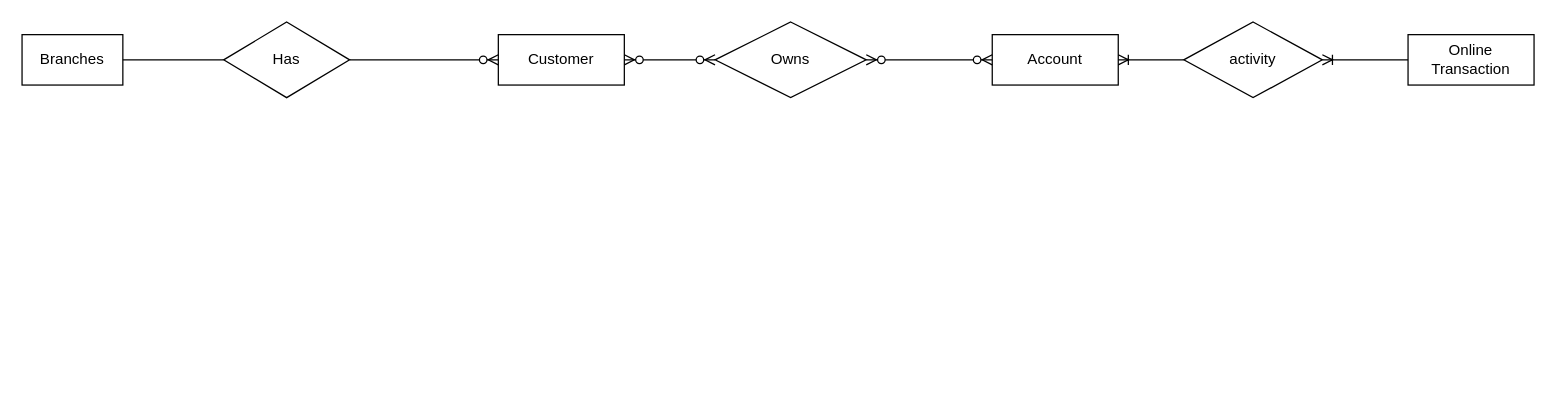
Earlier version of the draw.io diagram Untitled Diagram.drawio (ADmex1/Design-Structure). Source tidied: cells renumbered, new cells numbered last; positions are measured from the earlier drawing's top-left corner, leaving out a move shared by most shapes. Both pictures are drawn from the tidied source at 126%, with x=0, y=0 at pixel (21, -4).
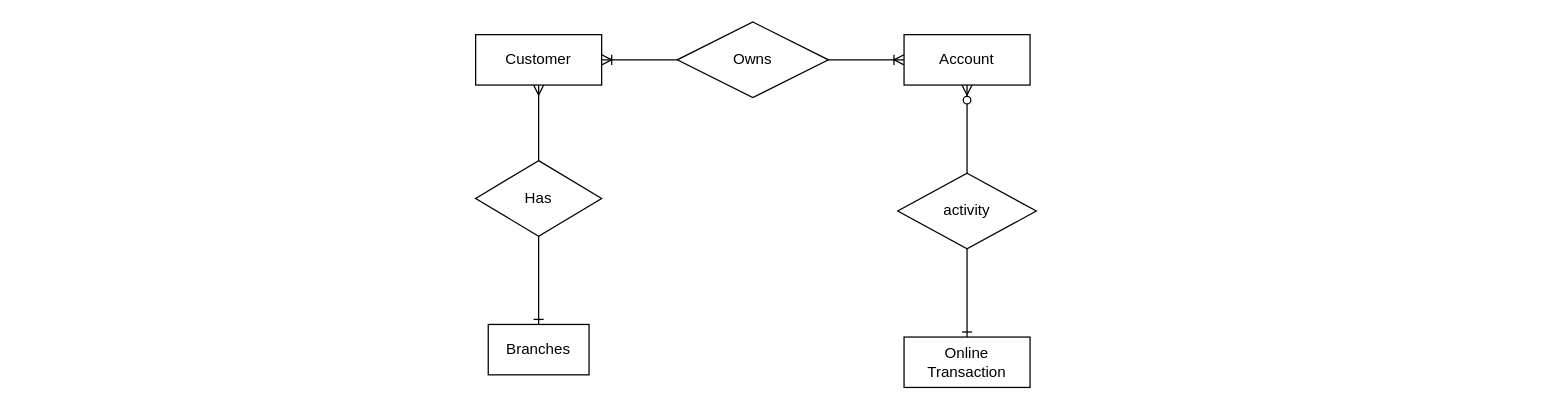
The same diagram, later.

What changed in the source:
```diff
@@
     <mxCell id="2" value="Customer" style="whiteSpace=wrap;html=1;align=center;" parent="1" vertex="1">
-      <mxGeometry x="378" y="30" width="100" height="40" as="geometry" />
+      <mxGeometry x="360" y="30" width="100" height="40" as="geometry" />
     </mxCell>
     <mxCell id="3" value="Online Transaction" style="whiteSpace=wrap;html=1;align=center;" parent="1" vertex="1">
-      <mxGeometry x="1100" y="30" width="100" height="40" as="geometry" />
+      <mxGeometry x="700" y="270" width="100" height="40" as="geometry" />
     </mxCell>
     <mxCell id="4" value="Account" style="whiteSpace=wrap;html=1;align=center;" parent="1" vertex="1">
-      <mxGeometry x="770" y="30" width="100" height="40" as="geometry" />
+      <mxGeometry x="700" y="30" width="100" height="40" as="geometry" />
     </mxCell>
     <mxCell id="5" value="Branches" style="whiteSpace=wrap;html=1;align=center;" parent="1" vertex="1">
-      <mxGeometry y="30" width="80" height="40" as="geometry" />
+      <mxGeometry x="370" y="260" width="80" height="40" as="geometry" />
     </mxCell>
+    <mxCell id="7" value="Has" style="shape=rhombus;perimeter=rhombusPerimeter;whiteSpace=wrap;html=1;align=center;" parent="1" vertex="1">
+      <mxGeometry x="360" y="130" width="100" height="60" as="geometry" />
+    </mxCell>
+    <mxCell id="11" value="Owns" style="shape=rhombus;perimeter=rhombusPerimeter;whiteSpace=wrap;html=1;align=center;" parent="1" vertex="1">
+      <mxGeometry x="520" y="20" width="120" height="60" as="geometry" />
+    </mxCell>
+    <mxCell id="14" value="activity" style="shape=rhombus;perimeter=rhombusPerimeter;whiteSpace=wrap;html=1;align=center;" parent="1" vertex="1">
+      <mxGeometry x="695" y="140" width="110" height="60" as="geometry" />
+    </mxCell>
+    <mxCell id="8" style="fontSize=12;html=1;endArrow=ERone;endFill=1;rounded=0;entryX=0.5;entryY=0;entryDx=0;entryDy=0;exitX=0.5;exitY=1;exitDx=0;exitDy=0;" parent="1" edge="1" source="7" target="5">
+      <mxGeometry relative="1" as="geometry" />
+    </mxCell>
-    <mxCell id="6" style="edgeStyle=entityRelationEdgeStyle;fontSize=12;html=1;endArrow=ERzeroToMany;endFill=1;rounded=0;entryX=0;entryY=0.5;entryDx=0;entryDy=0;" parent="1" edge="1" source="7" target="2">
-      <mxGeometry relative="1" as="geometry">
-        <Array as="points">
-          <mxPoint x="600" y="320" />
-          <mxPoint x="510" y="260" />
-          <mxPoint x="510" y="150" />
-        </Array>
-      </mxGeometry>
+    <mxCell id="6" style="fontSize=12;html=1;endArrow=ERmany;rounded=0;exitX=0.5;exitY=0;exitDx=0;exitDy=0;entryX=0.5;entryY=1;entryDx=0;entryDy=0;" parent="1" edge="1" source="7" target="2">
+      <mxGeometry relative="1" as="geometry" />
     </mxCell>
-    <mxCell id="7" value="Has" style="shape=rhombus;perimeter=rhombusPerimeter;whiteSpace=wrap;html=1;align=center;" parent="1" vertex="1">
-      <mxGeometry x="160" y="20" width="100" height="60" as="geometry" />
-    </mxCell>
-    <mxCell id="8" style="endArrow=none;html=1;rounded=0;exitX=0;exitY=0.5;exitDx=0;exitDy=0;entryX=1;entryY=0.5;entryDx=0;entryDy=0;" parent="1" edge="1" source="7" target="5">
-      <mxGeometry relative="1" as="geometry" />
-    </mxCell>
-    <mxCell id="9" style="edgeStyle=entityRelationEdgeStyle;fontSize=12;html=1;endArrow=ERzeroToMany;endFill=1;startArrow=ERzeroToMany;rounded=0;exitX=1;exitY=0.5;exitDx=0;exitDy=0;entryX=0;entryY=0.5;entryDx=0;entryDy=0;" parent="1" edge="1" source="11" target="4">
-      <mxGeometry relative="1" as="geometry">
-        <Array as="points">
-          <mxPoint x="740" y="70" />
-        </Array>
-      </mxGeometry>
+    <mxCell id="9" style="edgeStyle=entityRelationEdgeStyle;fontSize=12;html=1;endArrow=ERoneToMany;rounded=0;exitX=1;exitY=0.5;exitDx=0;exitDy=0;entryX=0;entryY=0.5;entryDx=0;entryDy=0;" parent="1" edge="1" source="11" target="4">
+      <mxGeometry relative="1" as="geometry" />
     </mxCell>
-    <mxCell id="10" style="edgeStyle=entityRelationEdgeStyle;fontSize=12;html=1;endArrow=ERzeroToMany;endFill=1;startArrow=ERzeroToMany;rounded=0;exitX=1;exitY=0.5;exitDx=0;exitDy=0;entryX=0;entryY=0.5;entryDx=0;entryDy=0;" parent="1" edge="1" source="2" target="11">
-      <mxGeometry relative="1" as="geometry" />
-    </mxCell>
-    <mxCell id="11" value="Owns" style="shape=rhombus;perimeter=rhombusPerimeter;whiteSpace=wrap;html=1;align=center;" parent="1" vertex="1">
-      <mxGeometry x="550" y="20" width="120" height="60" as="geometry" />
-    </mxCell>
+    <mxCell id="15" style="edgeStyle=entityRelationEdgeStyle;fontSize=12;html=1;endArrow=ERoneToMany;rounded=0;exitX=0;exitY=0.5;exitDx=0;exitDy=0;entryX=1;entryY=0.5;entryDx=0;entryDy=0;" parent="1" edge="1" source="11" target="2">
+      <mxGeometry relative="1" as="geometry">
+        <Array as="points">
+          <mxPoint x="420" y="-30" />
+        </Array>
+      </mxGeometry>
+    </mxCell>
-    <mxCell id="12" style="edgeStyle=entityRelationEdgeStyle;fontSize=12;html=1;endArrow=ERoneToMany;rounded=0;entryX=1;entryY=0.5;entryDx=0;entryDy=0;exitX=0;exitY=0.5;exitDx=0;exitDy=0;" parent="1" edge="1" source="14" target="4">
-      <mxGeometry relative="1" as="geometry">
-        <Array as="points">
-          <mxPoint x="977.5" />
-        </Array>
-      </mxGeometry>
+    <mxCell id="12" style="fontSize=12;html=1;endArrow=ERzeroToMany;endFill=1;rounded=0;entryX=0.5;entryY=1;entryDx=0;entryDy=0;exitX=0.5;exitY=0;exitDx=0;exitDy=0;" parent="1" edge="1" source="14" target="4">
+      <mxGeometry relative="1" as="geometry" />
     </mxCell>
-    <mxCell id="13" style="edgeStyle=entityRelationEdgeStyle;fontSize=12;html=1;endArrow=ERoneToMany;rounded=0;entryX=1;entryY=0.5;entryDx=0;entryDy=0;exitX=0;exitY=0.5;exitDx=0;exitDy=0;" parent="1" edge="1" source="3" target="14">
-      <mxGeometry relative="1" as="geometry">
-        <Array as="points">
-          <mxPoint x="1210" y="180" />
-          <mxPoint x="1190" y="120" />
-          <mxPoint x="1200" y="130" />
-          <mxPoint x="1180" y="110" />
-          <mxPoint x="1120" y="100" />
-        </Array>
-      </mxGeometry>
-    </mxCell>
-    <mxCell id="14" value="activity" style="shape=rhombus;perimeter=rhombusPerimeter;whiteSpace=wrap;html=1;align=center;" parent="1" vertex="1">
-      <mxGeometry x="922" y="20" width="110" height="60" as="geometry" />
-    </mxCell>
+    <mxCell id="16" style="fontSize=12;html=1;endArrow=ERone;endFill=1;rounded=0;exitX=0.5;exitY=1;exitDx=0;exitDy=0;entryX=0.5;entryY=0;entryDx=0;entryDy=0;" parent="1" edge="1" source="14" target="3">
+      <mxGeometry relative="1" as="geometry" />
+    </mxCell>
```
